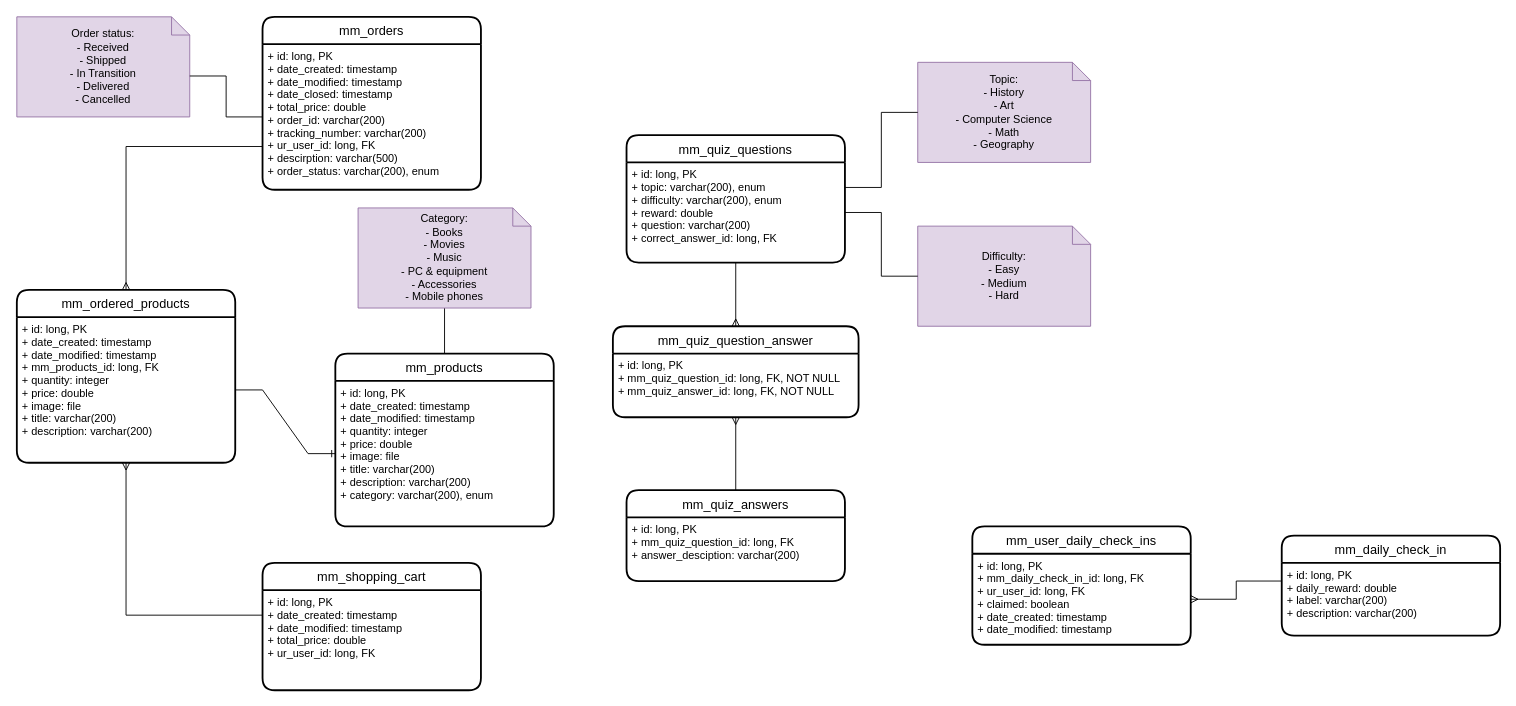
Before: page "metamodels" (2 of 2) of EMT_diagrams.drawio in bbozilov26/EMT_2023_backend, a draw.io diagram. Source tidied: cells renumbered, new cells numbered last; positions are measured from the earlier drawing's top-left corner, leaving out a move shared by most shapes. Both pictures are drawn from the tidied source at 91%, with x=0, y=0 at pixel (16, 16).
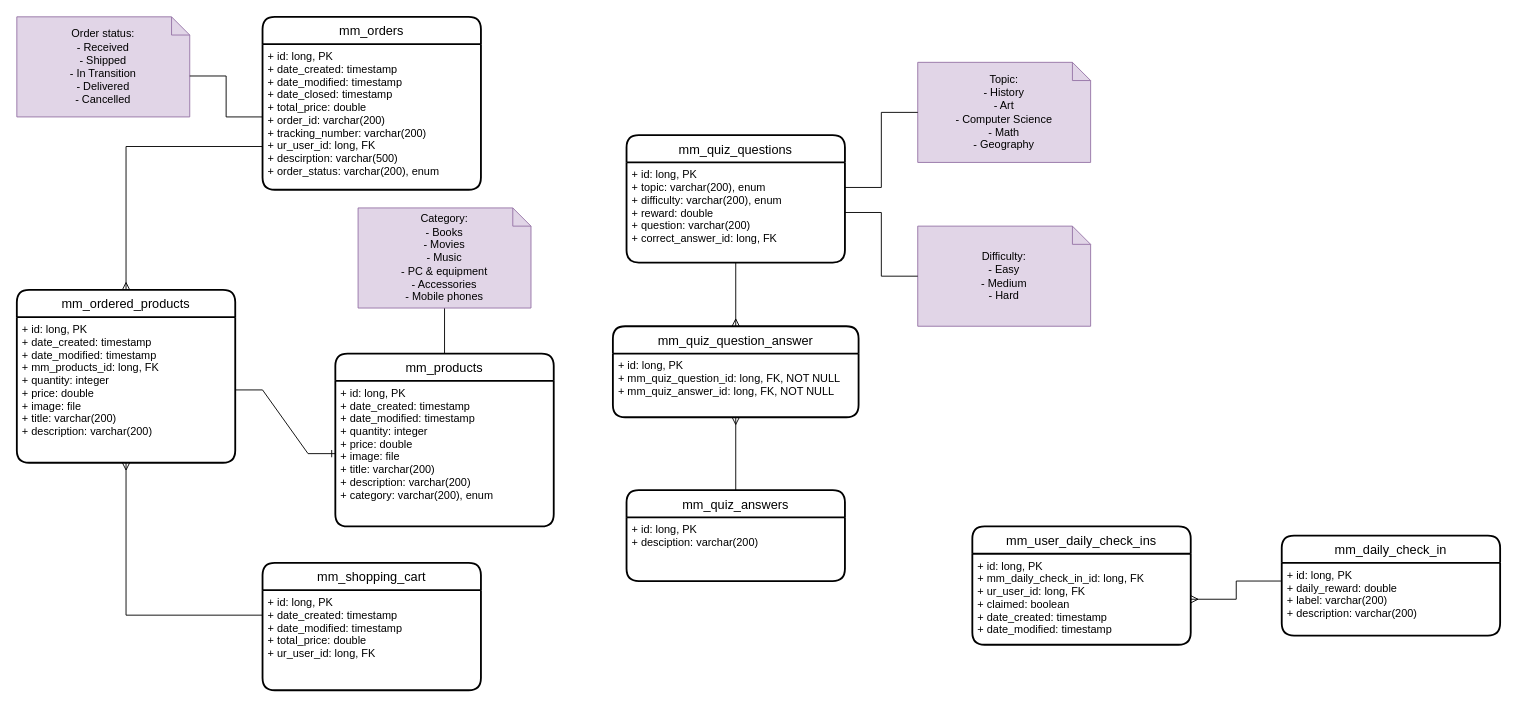
After the change.

The change refers to these unchanged cells:
```xml
<mxCell id="11" value="mm_quiz_answers" style="swimlane;horizontal=1;startSize=30;rounded=1;fontSize=14;fontStyle=0;strokeWidth=2;shadow=0;dashed=0;align=center;" parent="1" vertex="1">
  <mxGeometry x="670" y="520" width="240" height="100" as="geometry" />
</mxCell>
```

What changed in the source:
```diff
@@
-    <mxCell id="12" value="+ id: long, PK&#10;+ mm_quiz_question_id: long, FK&#10;+ answer_desciption: varchar(200)" style="align=left;strokeColor=none;fillColor=none;spacingLeft=4;fontSize=12;verticalAlign=top;" parent="11" vertex="1">
+    <mxCell id="12" value="+ id: long, PK&#10;+ desciption: varchar(200)" style="align=left;strokeColor=none;fillColor=none;spacingLeft=4;fontSize=12;verticalAlign=top;" parent="11" vertex="1">
       <mxGeometry y="30" width="240" height="70" as="geometry" />
     </mxCell>
```
